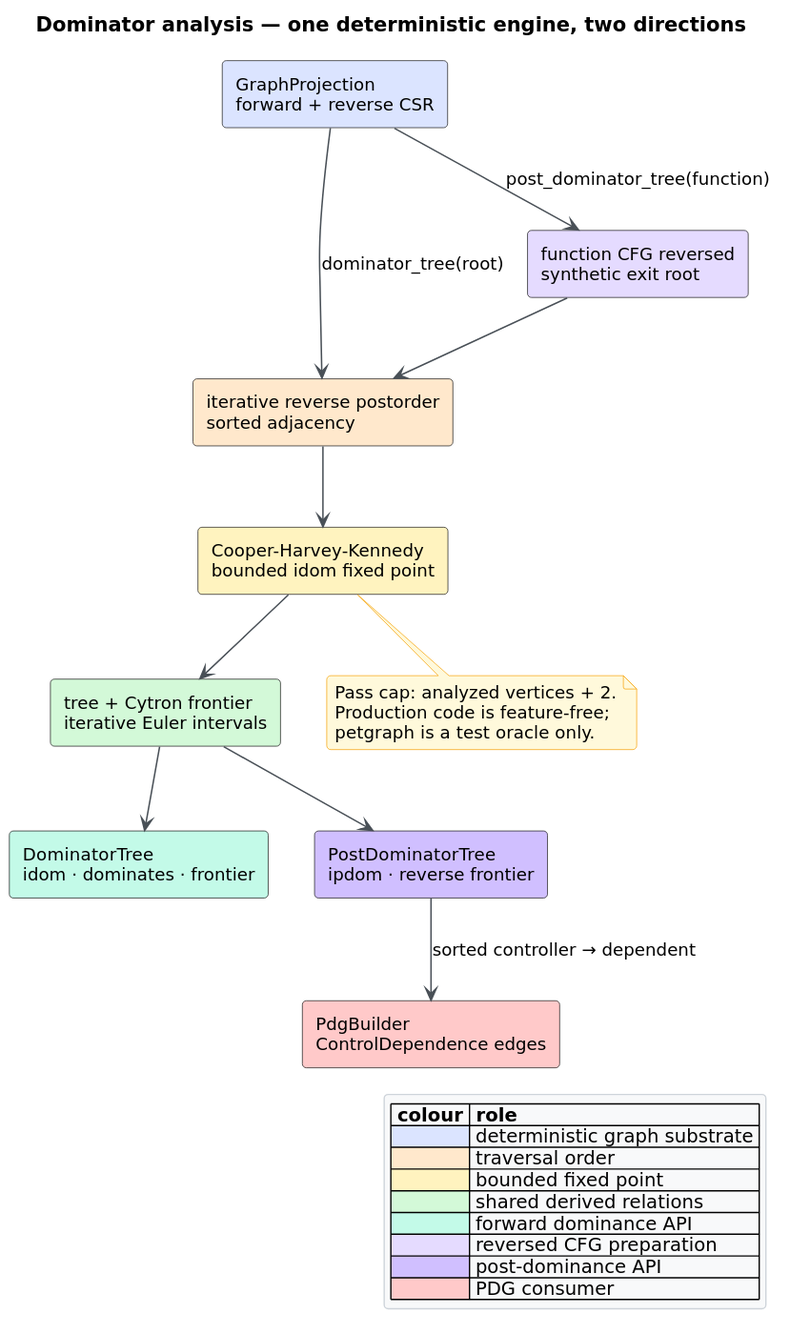
The PlantUML diagram docs/diagrams/dominator-analysis.svg in vinary-tree/libcpg, before a commit.
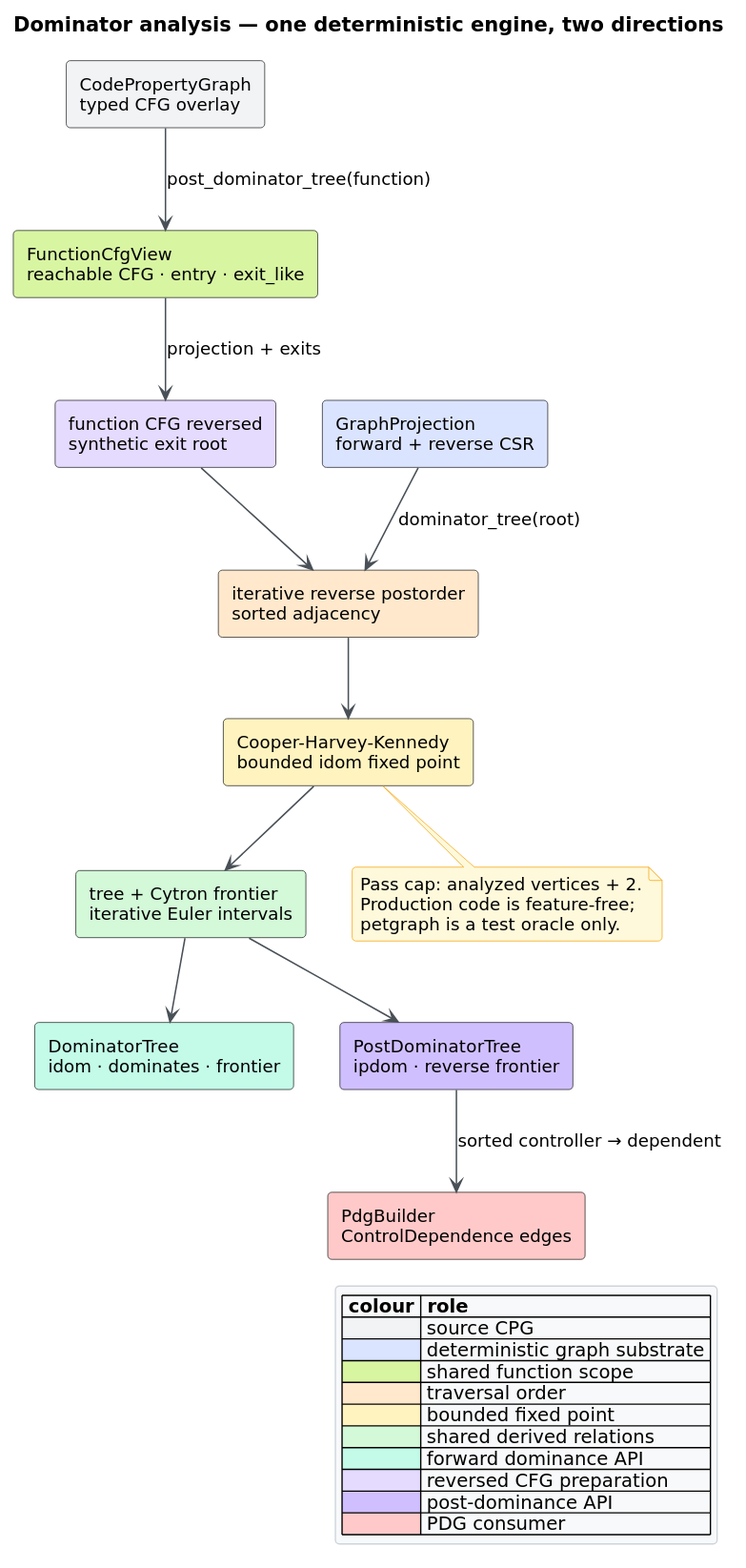
The same file after the commit.

The edit, as a diff of the source:
```diff
@@ -2,7 +2,9 @@
 !include _libcpg-theme.iuml
 title Dominator analysis — one deterministic engine, two directions
 
+rectangle "CodePropertyGraph\ntyped CFG overlay" as CPG #F1F3F5
 rectangle "GraphProjection\nforward + reverse CSR" as PROJECTION #DBE4FF
+rectangle "FunctionCfgView\nreachable CFG · entry · exit_like" as SCOPE #D8F5A2
 rectangle "iterative reverse postorder\nsorted adjacency" as RPO #FFE8CC
 rectangle "Cooper-Harvey-Kennedy\nbounded idom fixed point" as CHK #FFF3BF
 rectangle "tree + Cytron frontier\niterative Euler intervals" as RESULTS #D3F9D8
@@ -16,7 +18,8 @@
 CHK --> RESULTS
 RESULTS --> DOM
 
-PROJECTION --> REVERSE : post_dominator_tree(function)
+CPG --> SCOPE : post_dominator_tree(function)
+SCOPE --> REVERSE : projection + exits
 REVERSE --> RPO
 RESULTS --> POSTDOM
 POSTDOM --> PDG : sorted controller → dependent
@@ -29,7 +32,9 @@
 
 legend right
   |= colour |= role |
+  |<#F1F3F5>| source CPG |
   |<#DBE4FF>| deterministic graph substrate |
+  |<#D8F5A2>| shared function scope |
   |<#FFE8CC>| traversal order |
   |<#FFF3BF>| bounded fixed point |
   |<#D3F9D8>| shared derived relations |
```
